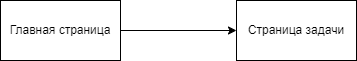
This is builder_app_scheme.png from Involuntar/Test, a draw.io export, as it was before one commit. Source tidied: cells renumbered, new cells last; positions are measured from the earlier drawing's top-left corner, leaving out a move shared by most shapes. Source of this version:
```xml
<mxGraphModel>
  <root>
    <mxCell id="0" />
    <mxCell id="1" parent="0" />
    <mxCell id="2" value="Главная страница" style="rounded=0;whiteSpace=wrap;html=1;" parent="1" vertex="1">
      <mxGeometry width="120" height="60" as="geometry" />
    </mxCell>
    <mxCell id="3" value="Страница задачи" style="rounded=0;whiteSpace=wrap;html=1;" parent="1" vertex="1">
      <mxGeometry x="236" width="120" height="60" as="geometry" />
    </mxCell>
    <mxCell id="4" style="endArrow=classic;html=1;rounded=0;entryX=0;entryY=0.5;entryDx=0;entryDy=0;exitX=1;exitY=0.5;exitDx=0;exitDy=0;" parent="1" edge="1" source="2" target="3">
      <mxGeometry relative="1" as="geometry" />
    </mxCell>
  </root>
</mxGraphModel>
```
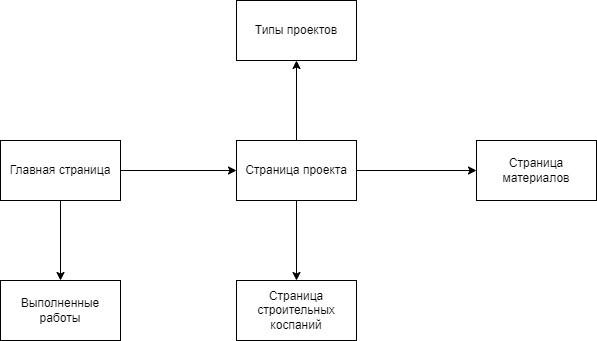
After the change.

Change to the diagram source:
```diff
@@ -5,11 +5,35 @@
     <mxCell id="2" value="Главная страница" style="rounded=0;whiteSpace=wrap;html=1;" parent="1" vertex="1">
       <mxGeometry width="120" height="60" as="geometry" />
     </mxCell>
+    <mxCell id="5" style="edgeStyle=orthogonalEdgeStyle;rounded=0;jettySize=auto;html=1;entryX=0.5;entryY=0;entryDx=0;entryDy=0;exitX=0.5;exitY=1;exitDx=0;exitDy=0;" parent="1" edge="1" source="2" target="9">
+      <mxGeometry relative="1" as="geometry" />
+    </mxCell>
+    <mxCell id="6" style="edgeStyle=orthogonalEdgeStyle;rounded=0;jettySize=auto;html=1;exitX=0.5;exitY=0;exitDx=0;exitDy=0;entryX=0.5;entryY=1;entryDx=0;entryDy=0;" parent="1" edge="1" source="3" target="10">
+      <mxGeometry relative="1" as="geometry" />
+    </mxCell>
+    <mxCell id="7" style="edgeStyle=orthogonalEdgeStyle;rounded=0;jettySize=auto;html=1;entryX=0;entryY=0.5;entryDx=0;entryDy=0;" parent="1" edge="1" source="3" target="11">
+      <mxGeometry relative="1" as="geometry" />
+    </mxCell>
+    <mxCell id="8" style="edgeStyle=orthogonalEdgeStyle;rounded=0;jettySize=auto;html=1;entryX=0.5;entryY=0;entryDx=0;entryDy=0;" parent="1" edge="1" source="3" target="12">
+      <mxGeometry relative="1" as="geometry" />
+    </mxCell>
-    <mxCell id="3" value="Страница задачи" style="rounded=0;whiteSpace=wrap;html=1;" parent="1" vertex="1">
+    <mxCell id="3" value="Страница проекта" style="rounded=0;whiteSpace=wrap;html=1;" parent="1" vertex="1">
       <mxGeometry x="236" width="120" height="60" as="geometry" />
     </mxCell>
     <mxCell id="4" style="endArrow=classic;html=1;rounded=0;entryX=0;entryY=0.5;entryDx=0;entryDy=0;exitX=1;exitY=0.5;exitDx=0;exitDy=0;" parent="1" edge="1" source="2" target="3">
       <mxGeometry relative="1" as="geometry" />
     </mxCell>
+    <mxCell id="9" value="Выполненные работы" style="rounded=0;whiteSpace=wrap;html=1;" parent="1" vertex="1">
+      <mxGeometry y="140" width="120" height="60" as="geometry" />
+    </mxCell>
+    <mxCell id="10" value="Типы проектов" style="rounded=0;whiteSpace=wrap;html=1;" parent="1" vertex="1">
+      <mxGeometry x="236" y="-140" width="120" height="60" as="geometry" />
+    </mxCell>
+    <mxCell id="11" value="Страница материалов" style="rounded=0;whiteSpace=wrap;html=1;" parent="1" vertex="1">
+      <mxGeometry x="476" width="120" height="60" as="geometry" />
+    </mxCell>
+    <mxCell id="12" value="Страница строительных коспаний" style="rounded=0;whiteSpace=wrap;html=1;" parent="1" vertex="1">
+      <mxGeometry x="236" y="140" width="120" height="60" as="geometry" />
+    </mxCell>
   </root>
 </mxGraphModel>
```
